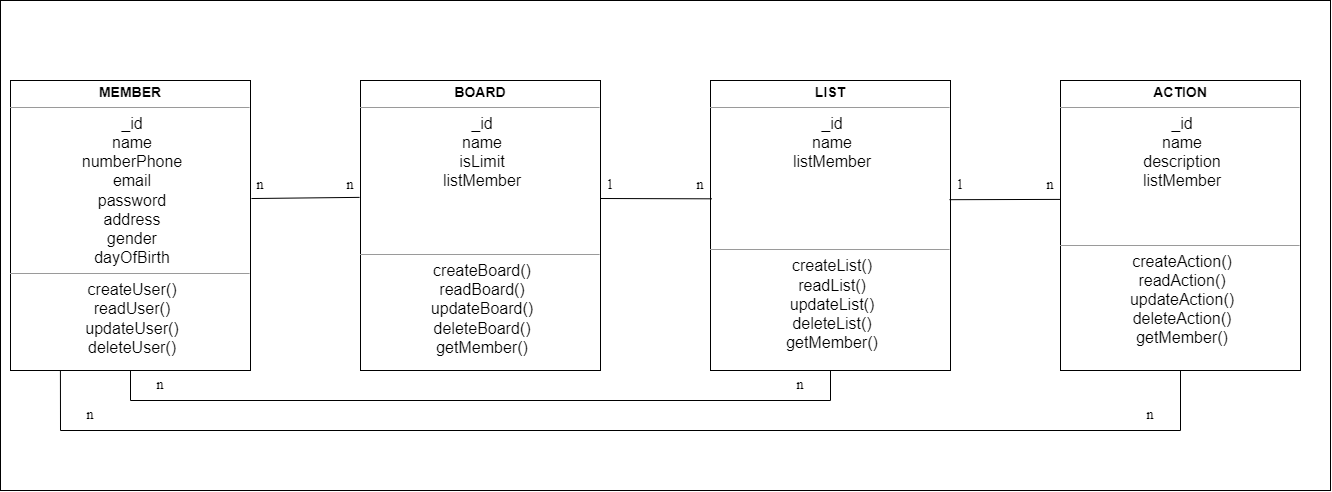
The draw.io diagram Document/Database.png in LongNT-VN/Trello, before a commit. Source tidied: cells renumbered, new cells last; positions are measured from the earlier drawing's top-left corner, leaving out a move shared by most shapes.
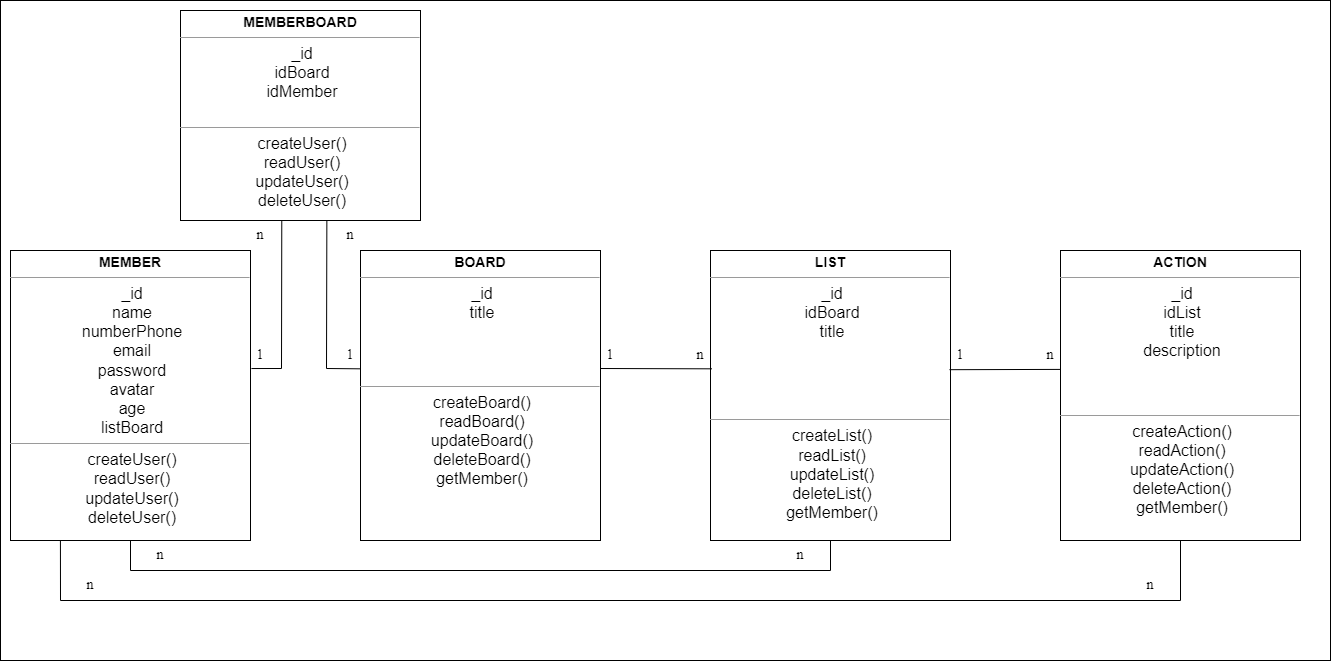
Later version of the same file.

The edit, as a diff of the source:
```diff
@@ -3,28 +3,32 @@
     <mxCell id="0" />
     <mxCell id="1" parent="0" />
     <mxCell id="2" style="rounded=0;whiteSpace=wrap;html=1;fontFamily=Times New Roman;fontSize=14;" parent="1" vertex="1">
-      <mxGeometry width="1330" height="490" as="geometry" />
+      <mxGeometry y="-170" width="1330" height="660" as="geometry" />
     </mxCell>
-    <mxCell id="3" value="&lt;p style=&quot;margin: 0px ; margin-top: 4px ; text-align: center&quot;&gt;&lt;span style=&quot;font-size: 14px&quot;&gt;&lt;b&gt;MEMBER&lt;/b&gt;&lt;/span&gt;&lt;/p&gt;&lt;hr size=&quot;1&quot;&gt;&lt;p style=&quot;text-align: center ; margin: 0px 0px 0px 4px&quot;&gt;&lt;font size=&quot;3&quot;&gt;_id&lt;br&gt;name&lt;/font&gt;&lt;/p&gt;&lt;p style=&quot;text-align: center ; margin: 0px 0px 0px 4px&quot;&gt;&lt;font size=&quot;3&quot;&gt;numberPhone&lt;/font&gt;&lt;/p&gt;&lt;p style=&quot;text-align: center ; margin: 0px 0px 0px 4px&quot;&gt;&lt;font size=&quot;3&quot;&gt;email&lt;/font&gt;&lt;/p&gt;&lt;p style=&quot;text-align: center ; margin: 0px 0px 0px 4px&quot;&gt;&lt;font size=&quot;3&quot;&gt;password&lt;/font&gt;&lt;/p&gt;&lt;p style=&quot;text-align: center ; margin: 0px 0px 0px 4px&quot;&gt;&lt;font size=&quot;3&quot;&gt;address&lt;/font&gt;&lt;/p&gt;&lt;p style=&quot;text-align: center ; margin: 0px 0px 0px 4px&quot;&gt;&lt;font size=&quot;3&quot;&gt;gender&lt;/font&gt;&lt;/p&gt;&lt;p style=&quot;text-align: center ; margin: 0px 0px 0px 4px&quot;&gt;&lt;font size=&quot;3&quot;&gt;dayOfBirth&lt;/font&gt;&lt;/p&gt;&lt;hr size=&quot;1&quot;&gt;&lt;p style=&quot;text-align: center ; margin: 0px 0px 0px 4px&quot;&gt;&lt;font size=&quot;3&quot;&gt;createUser()&lt;/font&gt;&lt;/p&gt;&lt;p style=&quot;text-align: center ; margin: 0px 0px 0px 4px&quot;&gt;&lt;font size=&quot;3&quot;&gt;readUser()&lt;/font&gt;&lt;/p&gt;&lt;p style=&quot;text-align: center ; margin: 0px 0px 0px 4px&quot;&gt;&lt;font size=&quot;3&quot;&gt;updateUser()&lt;/font&gt;&lt;/p&gt;&lt;p style=&quot;text-align: center ; margin: 0px 0px 0px 4px&quot;&gt;&lt;font size=&quot;3&quot;&gt;deleteUser()&lt;/font&gt;&lt;/p&gt;" style="verticalAlign=top;align=left;overflow=fill;fontSize=12;fontFamily=Helvetica;html=1;" parent="1" vertex="1">
+    <mxCell id="3" value="&lt;p style=&quot;margin: 0px ; margin-top: 4px ; text-align: center&quot;&gt;&lt;span style=&quot;font-size: 14px&quot;&gt;&lt;b&gt;MEMBER&lt;/b&gt;&lt;/span&gt;&lt;/p&gt;&lt;hr size=&quot;1&quot;&gt;&lt;p style=&quot;text-align: center ; margin: 0px 0px 0px 4px&quot;&gt;&lt;font size=&quot;3&quot;&gt;_id&lt;br&gt;name&lt;/font&gt;&lt;/p&gt;&lt;p style=&quot;text-align: center ; margin: 0px 0px 0px 4px&quot;&gt;&lt;font size=&quot;3&quot;&gt;numberPhone&lt;/font&gt;&lt;/p&gt;&lt;p style=&quot;text-align: center ; margin: 0px 0px 0px 4px&quot;&gt;&lt;font size=&quot;3&quot;&gt;email&lt;/font&gt;&lt;/p&gt;&lt;p style=&quot;text-align: center ; margin: 0px 0px 0px 4px&quot;&gt;&lt;font size=&quot;3&quot;&gt;password&lt;/font&gt;&lt;/p&gt;&lt;p style=&quot;text-align: center ; margin: 0px 0px 0px 4px&quot;&gt;&lt;font size=&quot;3&quot;&gt;avatar&lt;/font&gt;&lt;/p&gt;&lt;p style=&quot;text-align: center ; margin: 0px 0px 0px 4px&quot;&gt;&lt;font size=&quot;3&quot;&gt;age&lt;/font&gt;&lt;/p&gt;&lt;p style=&quot;text-align: center ; margin: 0px 0px 0px 4px&quot;&gt;&lt;font size=&quot;3&quot;&gt;listBoard&lt;/font&gt;&lt;/p&gt;&lt;hr size=&quot;1&quot;&gt;&lt;p style=&quot;text-align: center ; margin: 0px 0px 0px 4px&quot;&gt;&lt;font size=&quot;3&quot;&gt;createUser()&lt;/font&gt;&lt;/p&gt;&lt;p style=&quot;text-align: center ; margin: 0px 0px 0px 4px&quot;&gt;&lt;font size=&quot;3&quot;&gt;readUser()&lt;/font&gt;&lt;/p&gt;&lt;p style=&quot;text-align: center ; margin: 0px 0px 0px 4px&quot;&gt;&lt;font size=&quot;3&quot;&gt;updateUser()&lt;/font&gt;&lt;/p&gt;&lt;p style=&quot;text-align: center ; margin: 0px 0px 0px 4px&quot;&gt;&lt;font size=&quot;3&quot;&gt;deleteUser()&lt;/font&gt;&lt;/p&gt;" style="verticalAlign=top;align=left;overflow=fill;fontSize=12;fontFamily=Helvetica;html=1;" parent="1" vertex="1">
       <mxGeometry x="10" y="80" width="240" height="290" as="geometry" />
     </mxCell>
-    <mxCell id="4" value="&lt;p style=&quot;margin: 0px ; margin-top: 4px ; text-align: center&quot;&gt;&lt;span style=&quot;font-size: 14px&quot;&gt;&lt;b&gt;BOARD&lt;/b&gt;&lt;/span&gt;&lt;/p&gt;&lt;hr size=&quot;1&quot;&gt;&lt;p style=&quot;text-align: center ; margin: 0px 0px 0px 4px&quot;&gt;&lt;font size=&quot;3&quot;&gt;_id&lt;br&gt;name&lt;/font&gt;&lt;/p&gt;&lt;p style=&quot;text-align: center ; margin: 0px 0px 0px 4px&quot;&gt;&lt;font size=&quot;3&quot;&gt;isLimit&lt;/font&gt;&lt;/p&gt;&lt;p style=&quot;text-align: center ; margin: 0px 0px 0px 4px&quot;&gt;&lt;font size=&quot;3&quot;&gt;listMember&lt;/font&gt;&lt;/p&gt;&lt;p style=&quot;text-align: center ; margin: 0px 0px 0px 4px&quot;&gt;&lt;br&gt;&lt;/p&gt;&lt;p style=&quot;text-align: center ; margin: 0px 0px 0px 4px&quot;&gt;&lt;br&gt;&lt;/p&gt;&lt;p style=&quot;text-align: center ; margin: 0px 0px 0px 4px&quot;&gt;&lt;br&gt;&lt;/p&gt;&lt;p style=&quot;text-align: center ; margin: 0px 0px 0px 4px&quot;&gt;&lt;br&gt;&lt;/p&gt;&lt;hr size=&quot;1&quot;&gt;&lt;p style=&quot;text-align: center ; margin: 0px 0px 0px 4px&quot;&gt;&lt;font size=&quot;3&quot;&gt;createBoard()&lt;/font&gt;&lt;/p&gt;&lt;p style=&quot;text-align: center ; margin: 0px 0px 0px 4px&quot;&gt;&lt;span style=&quot;font-size: medium&quot;&gt;readBoard()&lt;/span&gt;&lt;br&gt;&lt;/p&gt;&lt;p style=&quot;text-align: center ; margin: 0px 0px 0px 4px&quot;&gt;&lt;font size=&quot;3&quot;&gt;updateBoard()&lt;/font&gt;&lt;/p&gt;&lt;p style=&quot;text-align: center ; margin: 0px 0px 0px 4px&quot;&gt;&lt;font size=&quot;3&quot;&gt;deleteBoard()&lt;/font&gt;&lt;/p&gt;&lt;p style=&quot;text-align: center ; margin: 0px 0px 0px 4px&quot;&gt;&lt;font size=&quot;3&quot;&gt;getMember()&lt;/font&gt;&lt;/p&gt;" style="verticalAlign=top;align=left;overflow=fill;fontSize=12;fontFamily=Helvetica;html=1;" parent="1" vertex="1">
+    <mxCell id="4" value="&lt;p style=&quot;margin: 0px ; margin-top: 4px ; text-align: center&quot;&gt;&lt;span style=&quot;font-size: 14px&quot;&gt;&lt;b&gt;BOARD&lt;/b&gt;&lt;/span&gt;&lt;/p&gt;&lt;hr size=&quot;1&quot;&gt;&lt;p style=&quot;text-align: center ; margin: 0px 0px 0px 4px&quot;&gt;&lt;font size=&quot;3&quot;&gt;_id&lt;/font&gt;&lt;/p&gt;&lt;p style=&quot;text-align: center ; margin: 0px 0px 0px 4px&quot;&gt;&lt;font size=&quot;3&quot;&gt;title&lt;/font&gt;&lt;/p&gt;&lt;p style=&quot;text-align: center ; margin: 0px 0px 0px 4px&quot;&gt;&lt;br&gt;&lt;/p&gt;&lt;p style=&quot;text-align: center ; margin: 0px 0px 0px 4px&quot;&gt;&lt;br&gt;&lt;/p&gt;&lt;p style=&quot;text-align: center ; margin: 0px 0px 0px 4px&quot;&gt;&lt;br&gt;&lt;/p&gt;&lt;p style=&quot;text-align: center ; margin: 0px 0px 0px 4px&quot;&gt;&lt;br&gt;&lt;/p&gt;&lt;hr size=&quot;1&quot;&gt;&lt;p style=&quot;text-align: center ; margin: 0px 0px 0px 4px&quot;&gt;&lt;font size=&quot;3&quot;&gt;createBoard()&lt;/font&gt;&lt;/p&gt;&lt;p style=&quot;text-align: center ; margin: 0px 0px 0px 4px&quot;&gt;&lt;span style=&quot;font-size: medium&quot;&gt;readBoard()&lt;/span&gt;&lt;br&gt;&lt;/p&gt;&lt;p style=&quot;text-align: center ; margin: 0px 0px 0px 4px&quot;&gt;&lt;font size=&quot;3&quot;&gt;updateBoard()&lt;/font&gt;&lt;/p&gt;&lt;p style=&quot;text-align: center ; margin: 0px 0px 0px 4px&quot;&gt;&lt;font size=&quot;3&quot;&gt;deleteBoard()&lt;/font&gt;&lt;/p&gt;&lt;p style=&quot;text-align: center ; margin: 0px 0px 0px 4px&quot;&gt;&lt;font size=&quot;3&quot;&gt;getMember()&lt;/font&gt;&lt;/p&gt;" style="verticalAlign=top;align=left;overflow=fill;fontSize=12;fontFamily=Helvetica;html=1;" parent="1" vertex="1">
       <mxGeometry x="360" y="80" width="240" height="290" as="geometry" />
     </mxCell>
-    <mxCell id="5" value="&lt;p style=&quot;margin: 0px ; margin-top: 4px ; text-align: center&quot;&gt;&lt;span style=&quot;font-size: 14px&quot;&gt;&lt;b&gt;LIST&lt;/b&gt;&lt;/span&gt;&lt;/p&gt;&lt;hr size=&quot;1&quot;&gt;&lt;p style=&quot;text-align: center ; margin: 0px 0px 0px 4px&quot;&gt;&lt;font size=&quot;3&quot;&gt;_id&lt;br&gt;name&lt;/font&gt;&lt;/p&gt;&lt;p style=&quot;text-align: center ; margin: 0px 0px 0px 4px&quot;&gt;&lt;font size=&quot;3&quot;&gt;listMember&lt;/font&gt;&lt;/p&gt;&lt;p style=&quot;text-align: center ; margin: 0px 0px 0px 4px&quot;&gt;&lt;br&gt;&lt;/p&gt;&lt;p style=&quot;text-align: center ; margin: 0px 0px 0px 4px&quot;&gt;&lt;br&gt;&lt;/p&gt;&lt;p style=&quot;text-align: center ; margin: 0px 0px 0px 4px&quot;&gt;&lt;br&gt;&lt;/p&gt;&lt;p style=&quot;text-align: center ; margin: 0px 0px 0px 4px&quot;&gt;&lt;br&gt;&lt;/p&gt;&lt;p style=&quot;text-align: center ; margin: 0px 0px 0px 4px&quot;&gt;&lt;br&gt;&lt;/p&gt;&lt;hr size=&quot;1&quot;&gt;&lt;p style=&quot;text-align: center ; margin: 0px 0px 0px 4px&quot;&gt;&lt;font size=&quot;3&quot;&gt;createList()&lt;/font&gt;&lt;/p&gt;&lt;p style=&quot;text-align: center ; margin: 0px 0px 0px 4px&quot;&gt;&lt;span style=&quot;font-size: medium&quot;&gt;readList()&lt;/span&gt;&lt;br&gt;&lt;/p&gt;&lt;p style=&quot;text-align: center ; margin: 0px 0px 0px 4px&quot;&gt;&lt;font size=&quot;3&quot;&gt;updateList()&lt;/font&gt;&lt;/p&gt;&lt;p style=&quot;text-align: center ; margin: 0px 0px 0px 4px&quot;&gt;&lt;font size=&quot;3&quot;&gt;deleteList()&lt;/font&gt;&lt;/p&gt;&lt;p style=&quot;text-align: center ; margin: 0px 0px 0px 4px&quot;&gt;&lt;font size=&quot;3&quot;&gt;getMember()&lt;/font&gt;&lt;/p&gt;" style="verticalAlign=top;align=left;overflow=fill;fontSize=12;fontFamily=Helvetica;html=1;" parent="1" vertex="1">
+    <mxCell id="5" value="&lt;p style=&quot;margin: 0px ; margin-top: 4px ; text-align: center&quot;&gt;&lt;span style=&quot;font-size: 14px&quot;&gt;&lt;b&gt;LIST&lt;/b&gt;&lt;/span&gt;&lt;/p&gt;&lt;hr size=&quot;1&quot;&gt;&lt;p style=&quot;text-align: center ; margin: 0px 0px 0px 4px&quot;&gt;&lt;font size=&quot;3&quot;&gt;_id&lt;/font&gt;&lt;/p&gt;&lt;p style=&quot;text-align: center ; margin: 0px 0px 0px 4px&quot;&gt;&lt;font size=&quot;3&quot;&gt;idBoard&lt;/font&gt;&lt;/p&gt;&lt;p style=&quot;text-align: center ; margin: 0px 0px 0px 4px&quot;&gt;&lt;font size=&quot;3&quot;&gt;title&lt;/font&gt;&lt;/p&gt;&lt;p style=&quot;text-align: center ; margin: 0px 0px 0px 4px&quot;&gt;&lt;br&gt;&lt;/p&gt;&lt;p style=&quot;text-align: center ; margin: 0px 0px 0px 4px&quot;&gt;&lt;br&gt;&lt;/p&gt;&lt;p style=&quot;text-align: center ; margin: 0px 0px 0px 4px&quot;&gt;&lt;br&gt;&lt;/p&gt;&lt;p style=&quot;text-align: center ; margin: 0px 0px 0px 4px&quot;&gt;&lt;br&gt;&lt;/p&gt;&lt;p style=&quot;text-align: center ; margin: 0px 0px 0px 4px&quot;&gt;&lt;br&gt;&lt;/p&gt;&lt;hr size=&quot;1&quot;&gt;&lt;p style=&quot;text-align: center ; margin: 0px 0px 0px 4px&quot;&gt;&lt;font size=&quot;3&quot;&gt;createList()&lt;/font&gt;&lt;/p&gt;&lt;p style=&quot;text-align: center ; margin: 0px 0px 0px 4px&quot;&gt;&lt;span style=&quot;font-size: medium&quot;&gt;readList()&lt;/span&gt;&lt;br&gt;&lt;/p&gt;&lt;p style=&quot;text-align: center ; margin: 0px 0px 0px 4px&quot;&gt;&lt;font size=&quot;3&quot;&gt;updateList()&lt;/font&gt;&lt;/p&gt;&lt;p style=&quot;text-align: center ; margin: 0px 0px 0px 4px&quot;&gt;&lt;font size=&quot;3&quot;&gt;deleteList()&lt;/font&gt;&lt;/p&gt;&lt;p style=&quot;text-align: center ; margin: 0px 0px 0px 4px&quot;&gt;&lt;font size=&quot;3&quot;&gt;getMember()&lt;/font&gt;&lt;/p&gt;" style="verticalAlign=top;align=left;overflow=fill;fontSize=12;fontFamily=Helvetica;html=1;" parent="1" vertex="1">
       <mxGeometry x="710" y="80" width="240" height="290" as="geometry" />
     </mxCell>
-    <mxCell id="6" value="&lt;p style=&quot;margin: 0px ; margin-top: 4px ; text-align: center&quot;&gt;&lt;span style=&quot;font-size: 14px&quot;&gt;&lt;b&gt;ACTION&lt;/b&gt;&lt;/span&gt;&lt;/p&gt;&lt;hr size=&quot;1&quot;&gt;&lt;p style=&quot;text-align: center ; margin: 0px 0px 0px 4px&quot;&gt;&lt;font size=&quot;3&quot;&gt;_id&lt;/font&gt;&lt;/p&gt;&lt;p style=&quot;text-align: center ; margin: 0px 0px 0px 4px&quot;&gt;&lt;font size=&quot;3&quot;&gt;name&lt;/font&gt;&lt;/p&gt;&lt;p style=&quot;text-align: center ; margin: 0px 0px 0px 4px&quot;&gt;&lt;font size=&quot;3&quot;&gt;description&lt;/font&gt;&lt;/p&gt;&lt;p style=&quot;text-align: center ; margin: 0px 0px 0px 4px&quot;&gt;&lt;font size=&quot;3&quot;&gt;listMember&lt;/font&gt;&lt;/p&gt;&lt;p style=&quot;text-align: center ; margin: 0px 0px 0px 4px&quot;&gt;&lt;font size=&quot;3&quot;&gt;&lt;br&gt;&lt;/font&gt;&lt;/p&gt;&lt;p style=&quot;text-align: center ; margin: 0px 0px 0px 4px&quot;&gt;&lt;br&gt;&lt;/p&gt;&lt;p style=&quot;text-align: center ; margin: 0px 0px 0px 4px&quot;&gt;&lt;br&gt;&lt;/p&gt;&lt;hr size=&quot;1&quot;&gt;&lt;p style=&quot;text-align: center ; margin: 0px 0px 0px 4px&quot;&gt;&lt;font size=&quot;3&quot;&gt;createAction()&lt;/font&gt;&lt;/p&gt;&lt;p style=&quot;text-align: center ; margin: 0px 0px 0px 4px&quot;&gt;&lt;span style=&quot;font-size: medium&quot;&gt;readAction()&lt;/span&gt;&lt;br&gt;&lt;/p&gt;&lt;p style=&quot;text-align: center ; margin: 0px 0px 0px 4px&quot;&gt;&lt;font size=&quot;3&quot;&gt;updateAction()&lt;/font&gt;&lt;/p&gt;&lt;p style=&quot;text-align: center ; margin: 0px 0px 0px 4px&quot;&gt;&lt;font size=&quot;3&quot;&gt;deleteAction()&lt;/font&gt;&lt;/p&gt;&lt;p style=&quot;text-align: center ; margin: 0px 0px 0px 4px&quot;&gt;&lt;font size=&quot;3&quot;&gt;getMember()&lt;/font&gt;&lt;/p&gt;" style="verticalAlign=top;align=left;overflow=fill;fontSize=12;fontFamily=Helvetica;html=1;" parent="1" vertex="1">
+    <mxCell id="6" value="&lt;p style=&quot;margin: 0px ; margin-top: 4px ; text-align: center&quot;&gt;&lt;span style=&quot;font-size: 14px&quot;&gt;&lt;b&gt;ACTION&lt;/b&gt;&lt;/span&gt;&lt;/p&gt;&lt;hr size=&quot;1&quot;&gt;&lt;p style=&quot;text-align: center ; margin: 0px 0px 0px 4px&quot;&gt;&lt;font size=&quot;3&quot;&gt;_id&lt;/font&gt;&lt;/p&gt;&lt;p style=&quot;text-align: center ; margin: 0px 0px 0px 4px&quot;&gt;&lt;font size=&quot;3&quot;&gt;idList&lt;/font&gt;&lt;/p&gt;&lt;p style=&quot;text-align: center ; margin: 0px 0px 0px 4px&quot;&gt;&lt;font size=&quot;3&quot;&gt;title&lt;/font&gt;&lt;/p&gt;&lt;p style=&quot;text-align: center ; margin: 0px 0px 0px 4px&quot;&gt;&lt;font size=&quot;3&quot;&gt;description&lt;/font&gt;&lt;/p&gt;&lt;p style=&quot;text-align: center ; margin: 0px 0px 0px 4px&quot;&gt;&lt;font size=&quot;3&quot;&gt;&lt;br&gt;&lt;/font&gt;&lt;/p&gt;&lt;p style=&quot;text-align: center ; margin: 0px 0px 0px 4px&quot;&gt;&lt;br&gt;&lt;/p&gt;&lt;p style=&quot;text-align: center ; margin: 0px 0px 0px 4px&quot;&gt;&lt;br&gt;&lt;/p&gt;&lt;hr size=&quot;1&quot;&gt;&lt;p style=&quot;text-align: center ; margin: 0px 0px 0px 4px&quot;&gt;&lt;font size=&quot;3&quot;&gt;createAction()&lt;/font&gt;&lt;/p&gt;&lt;p style=&quot;text-align: center ; margin: 0px 0px 0px 4px&quot;&gt;&lt;span style=&quot;font-size: medium&quot;&gt;readAction()&lt;/span&gt;&lt;br&gt;&lt;/p&gt;&lt;p style=&quot;text-align: center ; margin: 0px 0px 0px 4px&quot;&gt;&lt;font size=&quot;3&quot;&gt;updateAction()&lt;/font&gt;&lt;/p&gt;&lt;p style=&quot;text-align: center ; margin: 0px 0px 0px 4px&quot;&gt;&lt;font size=&quot;3&quot;&gt;deleteAction()&lt;/font&gt;&lt;/p&gt;&lt;p style=&quot;text-align: center ; margin: 0px 0px 0px 4px&quot;&gt;&lt;font size=&quot;3&quot;&gt;getMember()&lt;/font&gt;&lt;/p&gt;" style="verticalAlign=top;align=left;overflow=fill;fontSize=12;fontFamily=Helvetica;html=1;" parent="1" vertex="1">
       <mxGeometry x="1060" y="80" width="240" height="290" as="geometry" />
     </mxCell>
-    <mxCell id="7" style="endArrow=none;html=1;rounded=0;fontFamily=Times New Roman;fontSize=14;exitX=1.004;exitY=0.407;exitDx=0;exitDy=0;exitPerimeter=0;entryX=-0.004;entryY=0.403;entryDx=0;entryDy=0;entryPerimeter=0;" parent="1" edge="1" source="3" target="4">
-      <mxGeometry relative="1" as="geometry" />
+    <mxCell id="7" style="endArrow=none;html=1;rounded=0;fontFamily=Times New Roman;fontSize=14;exitX=1.004;exitY=0.407;exitDx=0;exitDy=0;exitPerimeter=0;entryX=0.422;entryY=0.999;entryDx=0;entryDy=0;entryPerimeter=0;" parent="1" edge="1" source="3" target="22">
+      <mxGeometry relative="1" as="geometry">
+        <Array as="points">
+          <mxPoint x="281" y="198" />
+        </Array>
+      </mxGeometry>
     </mxCell>
-    <mxCell id="8" value="n" style="text;html=1;strokeColor=none;fillColor=none;align=center;verticalAlign=middle;whiteSpace=wrap;rounded=0;fontFamily=Times New Roman;fontSize=14;" parent="1" vertex="1">
+    <mxCell id="8" value="1" style="text;html=1;strokeColor=none;fillColor=none;align=center;verticalAlign=middle;whiteSpace=wrap;rounded=0;fontFamily=Times New Roman;fontSize=14;" parent="1" vertex="1">
       <mxGeometry x="230" y="170" width="60" height="30" as="geometry" />
     </mxCell>
     <mxCell id="9" value="n" style="text;html=1;strokeColor=none;fillColor=none;align=center;verticalAlign=middle;whiteSpace=wrap;rounded=0;fontFamily=Times New Roman;fontSize=14;" parent="1" vertex="1">
-      <mxGeometry x="320" y="170" width="60" height="30" as="geometry" />
+      <mxGeometry x="230" y="50" width="60" height="30" as="geometry" />
     </mxCell>
     <mxCell id="10" style="endArrow=none;html=1;rounded=0;fontFamily=Times New Roman;fontSize=14;entryX=0.006;entryY=0.408;entryDx=0;entryDy=0;entryPerimeter=0;" parent="1" edge="1" target="5">
       <mxGeometry relative="1" as="geometry">
@@ -74,5 +78,21 @@
     <mxCell id="21" value="n" style="text;html=1;strokeColor=none;fillColor=none;align=center;verticalAlign=middle;whiteSpace=wrap;rounded=0;fontFamily=Times New Roman;fontSize=14;" parent="1" vertex="1">
       <mxGeometry x="1120" y="400" width="60" height="30" as="geometry" />
     </mxCell>
+    <mxCell id="22" value="&lt;p style=&quot;margin: 0px ; margin-top: 4px ; text-align: center&quot;&gt;&lt;span style=&quot;font-size: 14px&quot;&gt;&lt;b&gt;MEMBERBOARD&lt;/b&gt;&lt;/span&gt;&lt;/p&gt;&lt;hr size=&quot;1&quot;&gt;&lt;p style=&quot;text-align: center ; margin: 0px 0px 0px 4px&quot;&gt;&lt;font size=&quot;3&quot;&gt;_id&lt;br&gt;idBoard&lt;/font&gt;&lt;/p&gt;&lt;p style=&quot;text-align: center ; margin: 0px 0px 0px 4px&quot;&gt;&lt;font size=&quot;3&quot;&gt;idMember&lt;/font&gt;&lt;/p&gt;&lt;p style=&quot;text-align: center ; margin: 0px 0px 0px 4px&quot;&gt;&lt;font size=&quot;3&quot;&gt;&lt;br&gt;&lt;/font&gt;&lt;/p&gt;&lt;hr size=&quot;1&quot;&gt;&lt;p style=&quot;text-align: center ; margin: 0px 0px 0px 4px&quot;&gt;&lt;font size=&quot;3&quot;&gt;createUser()&lt;/font&gt;&lt;/p&gt;&lt;p style=&quot;text-align: center ; margin: 0px 0px 0px 4px&quot;&gt;&lt;font size=&quot;3&quot;&gt;readUser()&lt;/font&gt;&lt;/p&gt;&lt;p style=&quot;text-align: center ; margin: 0px 0px 0px 4px&quot;&gt;&lt;font size=&quot;3&quot;&gt;updateUser()&lt;/font&gt;&lt;/p&gt;&lt;p style=&quot;text-align: center ; margin: 0px 0px 0px 4px&quot;&gt;&lt;font size=&quot;3&quot;&gt;deleteUser()&lt;/font&gt;&lt;/p&gt;" style="verticalAlign=top;align=left;overflow=fill;fontSize=12;fontFamily=Helvetica;html=1;" parent="1" vertex="1">
+      <mxGeometry x="180" y="-160" width="240" height="210" as="geometry" />
+    </mxCell>
+    <mxCell id="23" style="endArrow=none;html=1;rounded=0;fontFamily=Times New Roman;fontSize=14;exitX=-0.001;exitY=0.408;exitDx=0;exitDy=0;exitPerimeter=0;entryX=0.106;entryY=0.006;entryDx=0;entryDy=0;entryPerimeter=0;" parent="1" edge="1" source="4" target="25">
+      <mxGeometry relative="1" as="geometry">
+        <Array as="points">
+          <mxPoint x="326" y="198" />
+        </Array>
+      </mxGeometry>
+    </mxCell>
+    <mxCell id="24" value="1" style="text;html=1;strokeColor=none;fillColor=none;align=center;verticalAlign=middle;whiteSpace=wrap;rounded=0;fontFamily=Times New Roman;fontSize=14;" parent="1" vertex="1">
+      <mxGeometry x="320" y="170" width="60" height="30" as="geometry" />
+    </mxCell>
+    <mxCell id="25" value="n" style="text;html=1;strokeColor=none;fillColor=none;align=center;verticalAlign=middle;whiteSpace=wrap;rounded=0;fontFamily=Times New Roman;fontSize=14;" parent="1" vertex="1">
+      <mxGeometry x="320" y="50" width="60" height="30" as="geometry" />
+    </mxCell>
   </root>
 </mxGraphModel>
```
